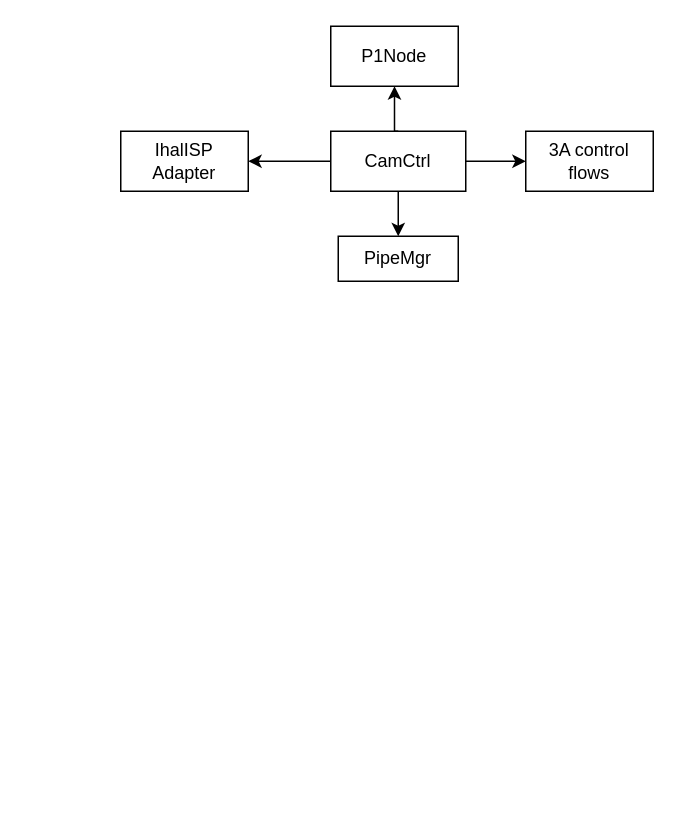
Above: Camera_AFFace_Flow.drawio in Chloe-oss/Draw.io_Camera (draw.io), before the change. Source tidied: cells renumbered, new cells numbered last; positions are measured from the earlier drawing's top-left corner, leaving out a move shared by most shapes. Both pictures are drawn from the tidied source at 150%, with x=0, y=0 at pixel (120, 26).
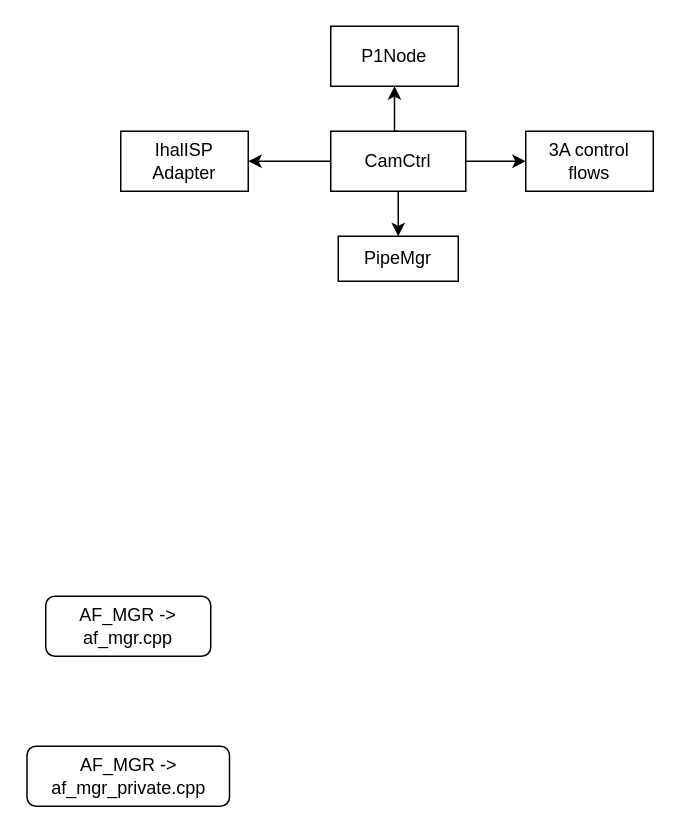
The same diagram, later.

Diff of the diagram source:
```diff
@@
 <mxGraphModel>
   <root>
     <mxCell id="0" />
     <mxCell id="1" parent="0" />
     <mxCell id="2" style="edgeStyle=orthogonalEdgeStyle;rounded=0;jettySize=auto;html=1;" parent="1" edge="1" source="6" target="7">
       <mxGeometry relative="1" as="geometry" />
     </mxCell>
     <mxCell id="3" style="edgeStyle=orthogonalEdgeStyle;rounded=0;jettySize=auto;html=1;exitX=0.5;exitY=0;exitDx=0;exitDy=0;entryX=0.5;entryY=1;entryDx=0;entryDy=0;" parent="1" edge="1" source="6" target="8">
       <mxGeometry relative="1" as="geometry" />
     </mxCell>
     <mxCell id="4" style="edgeStyle=orthogonalEdgeStyle;rounded=0;jettySize=auto;html=1;exitX=1;exitY=0.5;exitDx=0;exitDy=0;entryX=0;entryY=0.5;entryDx=0;entryDy=0;" parent="1" edge="1" source="6" target="9">
       <mxGeometry relative="1" as="geometry" />
     </mxCell>
     <mxCell id="5" style="edgeStyle=orthogonalEdgeStyle;rounded=0;jettySize=auto;html=1;exitX=0.5;exitY=1;exitDx=0;exitDy=0;entryX=0.5;entryY=0;entryDx=0;entryDy=0;" parent="1" edge="1" source="6" target="10">
       <mxGeometry relative="1" as="geometry" />
     </mxCell>
     <mxCell id="6" value="CamCtrl" style="rounded=0;whiteSpace=wrap;html=1;" parent="1" vertex="1">
       <mxGeometry x="140" y="70" width="90" height="40" as="geometry" />
     </mxCell>
     <mxCell id="7" value="IhalISP Adapter" style="whiteSpace=wrap;html=1;rounded=0;" parent="1" vertex="1">
       <mxGeometry y="70" width="85" height="40" as="geometry" />
     </mxCell>
     <mxCell id="8" value="P1Node" style="whiteSpace=wrap;html=1;rounded=0;" parent="1" vertex="1">
       <mxGeometry x="140" width="85" height="40" as="geometry" />
     </mxCell>
     <mxCell id="9" value="3A control flows" style="whiteSpace=wrap;html=1;rounded=0;" parent="1" vertex="1">
       <mxGeometry x="270" y="70" width="85" height="40" as="geometry" />
     </mxCell>
     <mxCell id="10" value="PipeMgr" style="rounded=0;whiteSpace=wrap;html=1;" parent="1" vertex="1">
       <mxGeometry x="145" y="140" width="80" height="30" as="geometry" />
     </mxCell>
+    <mxCell id="11" value="AF_MGR -&amp;gt; af_mgr_private.cpp" style="rounded=1;whiteSpace=wrap;html=1;" parent="1" vertex="1">
+      <mxGeometry x="-62.5" y="480" width="135" height="40" as="geometry" />
+    </mxCell>
+    <mxCell id="12" value="AF_MGR -&amp;gt; af_mgr.cpp" style="rounded=1;whiteSpace=wrap;html=1;" parent="1" vertex="1">
+      <mxGeometry x="-50" y="380" width="110" height="40" as="geometry" />
+    </mxCell>
   </root>
 </mxGraphModel>
```
